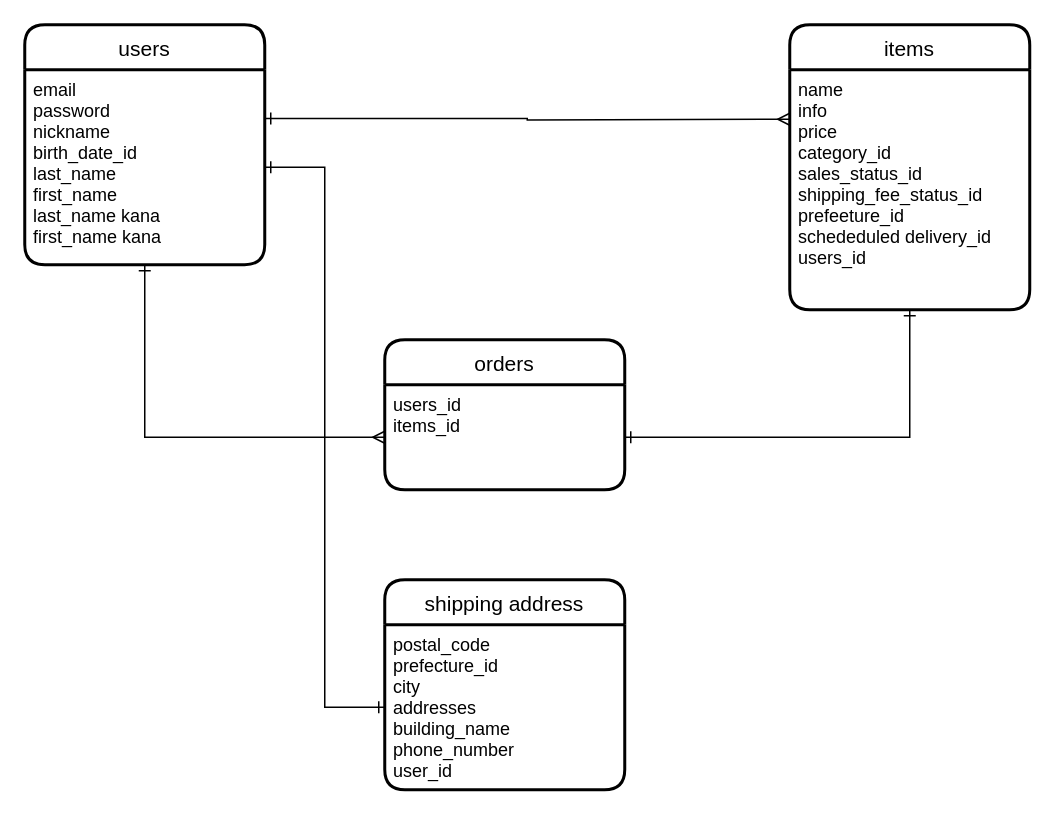
Before: er.dio in yu-miyano/furima-33066, a draw.io diagram. Source tidied: cells renumbered, new cells numbered last; positions are measured from the earlier drawing's top-left corner, leaving out a move shared by most shapes. Both pictures are drawn from the tidied source at 150%, with x=0, y=0 at pixel (24, 24).
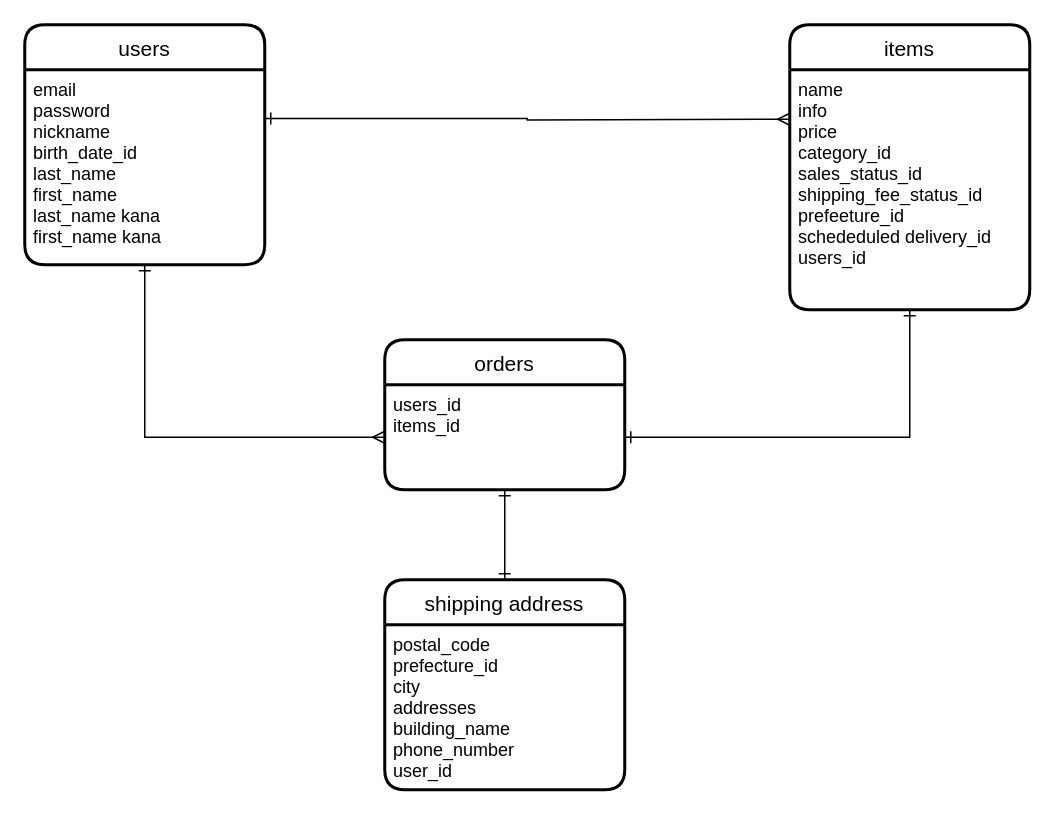
The same page after the edit.

Change to the diagram source:
```diff
@@
 <mxGraphModel>
   <root>
     <mxCell id="0" />
     <mxCell id="1" parent="0" />
     <mxCell id="2" value="users" style="swimlane;horizontal=1;startSize=30;rounded=1;fontSize=14;fontStyle=0;strokeWidth=2;shadow=0;dashed=0;align=center;" parent="1" vertex="1">
       <mxGeometry width="160" height="160" as="geometry" />
     </mxCell>
     <mxCell id="3" value="email &#10;password&#10;nickname&#10;birth_date_id&#10;last_name&#10;first_name&#10;last_name kana&#10;first_name kana" style="align=left;strokeColor=none;fillColor=none;spacingLeft=4;fontSize=12;verticalAlign=top;" parent="2" vertex="1">
       <mxGeometry y="30" width="160" height="130" as="geometry" />
     </mxCell>
     <mxCell id="4" style="edgeStyle=orthogonalEdgeStyle;rounded=0;orthogonalLoop=1;jettySize=auto;html=1;exitX=0.5;exitY=1;exitDx=0;exitDy=0;" parent="2" edge="1" source="3" target="3">
       <mxGeometry relative="1" as="geometry" />
     </mxCell>
     <mxCell id="5" value="items" style="swimlane;horizontal=1;startSize=30;rounded=1;fontSize=14;fontStyle=0;strokeWidth=2;shadow=0;dashed=0;align=center;" parent="1" vertex="1">
       <mxGeometry x="510" width="160" height="190" as="geometry" />
     </mxCell>
     <mxCell id="6" value="name&#10;info&#10;price&#10;category_id&#10;sales_status_id&#10;shipping_fee_status_id&#10;prefeeture_id&#10;schededuled delivery_id&#10;users_id" style="align=left;strokeColor=none;fillColor=none;spacingLeft=4;fontSize=12;verticalAlign=top;" parent="5" vertex="1">
       <mxGeometry y="30" width="160" height="160" as="geometry" />
     </mxCell>
     <mxCell id="7" value="orders" style="swimlane;horizontal=1;startSize=30;rounded=1;fontSize=14;fontStyle=0;strokeWidth=2;shadow=0;dashed=0;align=center;" parent="1" vertex="1">
       <mxGeometry x="240" y="210" width="160" height="100" as="geometry" />
     </mxCell>
     <mxCell id="8" value="users_id&#10;items_id" style="align=left;strokeColor=none;fillColor=none;spacingLeft=4;fontSize=12;verticalAlign=top;" parent="7" vertex="1">
       <mxGeometry y="30" width="160" height="70" as="geometry" />
     </mxCell>
     <mxCell id="9" style="edgeStyle=orthogonalEdgeStyle;rounded=0;orthogonalLoop=1;jettySize=auto;html=1;exitX=0.5;exitY=1;exitDx=0;exitDy=0;startArrow=ERone;startFill=0;endArrow=ERone;endFill=0;" parent="7" edge="1" source="8" target="8">
       <mxGeometry relative="1" as="geometry" />
     </mxCell>
     <mxCell id="10" style="edgeStyle=orthogonalEdgeStyle;rounded=0;jettySize=auto;html=1;exitX=1;exitY=0.25;exitDx=0;exitDy=0;endArrow=ERmany;endFill=0;startArrow=ERone;startFill=0;" parent="1" edge="1" source="3">
       <mxGeometry relative="1" as="geometry">
         <mxPoint x="510" y="63" as="targetPoint" />
       </mxGeometry>
     </mxCell>
     <mxCell id="11" style="edgeStyle=orthogonalEdgeStyle;rounded=0;jettySize=auto;html=1;exitX=0.5;exitY=1;exitDx=0;exitDy=0;entryX=1;entryY=0.5;entryDx=0;entryDy=0;startArrow=ERone;startFill=0;endArrow=ERone;endFill=0;" parent="1" edge="1" source="6" target="8">
       <mxGeometry relative="1" as="geometry" />
     </mxCell>
     <mxCell id="12" style="edgeStyle=orthogonalEdgeStyle;rounded=0;jettySize=auto;html=1;exitX=0.5;exitY=1;exitDx=0;exitDy=0;entryX=0;entryY=0.5;entryDx=0;entryDy=0;startArrow=ERone;startFill=0;endArrow=ERmany;endFill=0;" parent="1" edge="1" source="3" target="8">
       <mxGeometry relative="1" as="geometry" />
     </mxCell>
     <mxCell id="13" value="shipping address" style="swimlane;horizontal=1;startSize=30;rounded=1;fontSize=14;fontStyle=0;strokeWidth=2;shadow=0;dashed=0;align=center;" parent="1" vertex="1">
       <mxGeometry x="240" y="370" width="160" height="140" as="geometry" />
     </mxCell>
     <mxCell id="14" value="postal_code&#10;prefecture_id&#10;city&#10;addresses&#10;building_name&#10;phone_number&#10;user_id" style="align=left;strokeColor=none;fillColor=none;spacingLeft=4;fontSize=12;verticalAlign=top;" parent="13" vertex="1">
       <mxGeometry y="30" width="160" height="110" as="geometry" />
     </mxCell>
-    <mxCell id="15" style="edgeStyle=orthogonalEdgeStyle;rounded=0;jettySize=auto;html=1;entryX=0;entryY=0.5;entryDx=0;entryDy=0;startArrow=ERone;startFill=0;endArrow=ERone;endFill=0;" parent="1" edge="1" source="3" target="14">
-      <mxGeometry relative="1" as="geometry" />
-    </mxCell>
+    <mxCell id="16" style="edgeStyle=orthogonalEdgeStyle;rounded=0;jettySize=auto;html=1;entryX=0.5;entryY=0;entryDx=0;entryDy=0;startArrow=ERone;startFill=0;endArrow=ERone;endFill=0;" parent="1" edge="1" source="8" target="13">
+      <mxGeometry relative="1" as="geometry" />
+    </mxCell>
   </root>
 </mxGraphModel>
```
